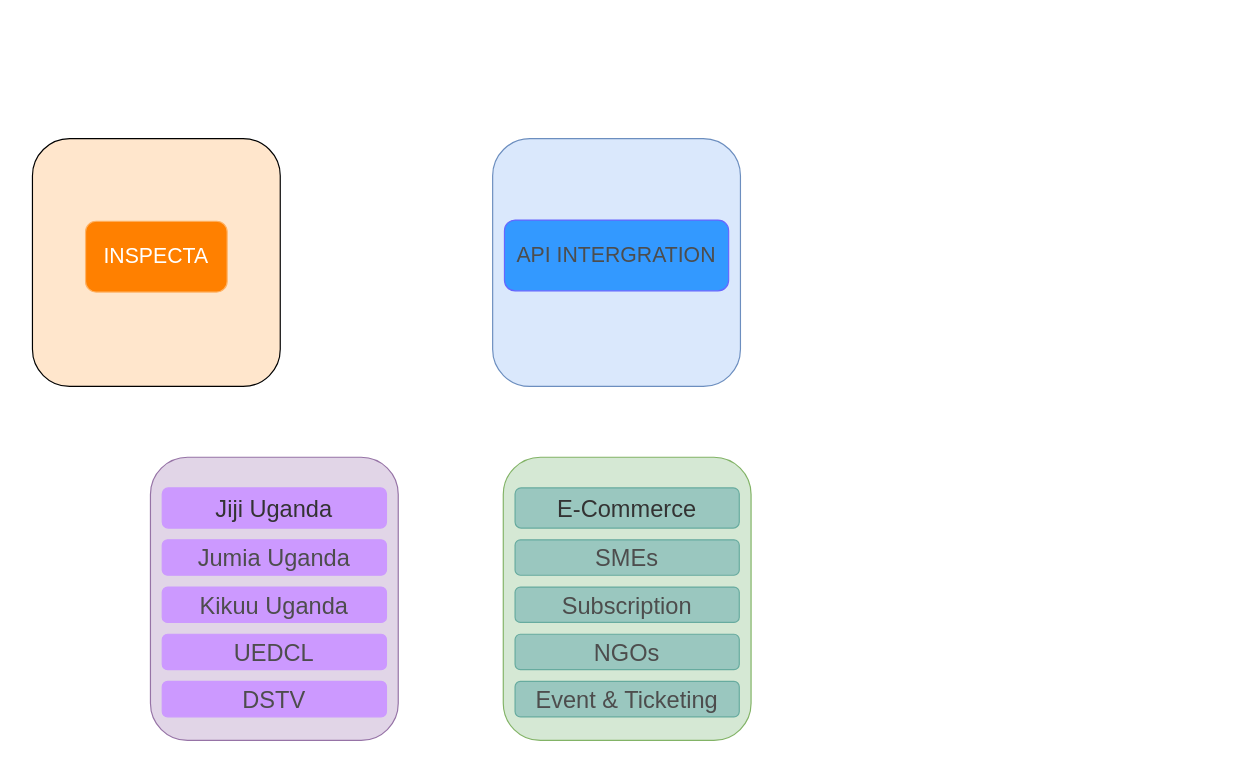
The draw.io diagram page "Inspecta ecosystem" (1 of 3) of Inspecta Diagram.drawio in dabiko/draw-io, before the edit. Source tidied: cells renumbered, new cells numbered last; positions are measured from the earlier drawing's top-left corner, leaving out a move shared by most shapes. Both pictures are drawn from the tidied source at 118%, with x=0, y=0 at pixel (32, 138).
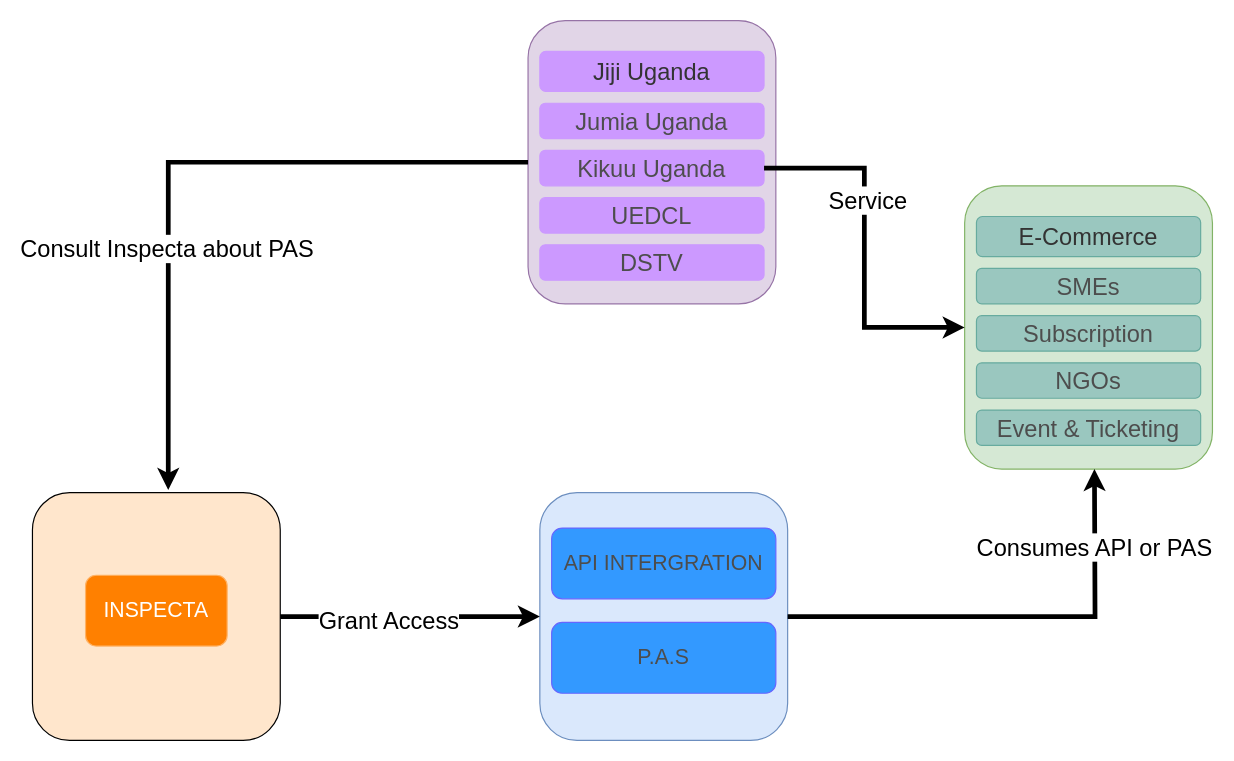
The same diagram, later.

Unchanged cells that the change refers to:
```xml
<mxCell id="3" style="rounded=1;whiteSpace=wrap;html=1;fillColor=#FFE6CC;" parent="2" vertex="1">
  <mxGeometry width="210" height="210" as="geometry" />
</mxCell>
<mxCell id="6" style="rounded=1;whiteSpace=wrap;html=1;fillColor=#dae8fc;strokeColor=#6c8ebf;" parent="5" vertex="1">
  <mxGeometry width="210" height="210" as="geometry" />
</mxCell>
<mxCell id="9" style="rounded=1;whiteSpace=wrap;html=1;fillColor=#d5e8d4;strokeColor=#82b366;" parent="8" vertex="1">
  <mxGeometry width="210" height="240" as="geometry" />
</mxCell>
<mxCell id="16" style="rounded=1;whiteSpace=wrap;html=1;fillColor=#e1d5e7;strokeColor=#9673a6;" parent="15" vertex="1">
  <mxGeometry width="210" height="240" as="geometry" />
</mxCell>
<mxCell id="19" value="&lt;font color=&quot;#4d4d4d&quot; style=&quot;font-size: 20px;&quot;&gt;Kikuu Uganda&lt;/font&gt;" style="rounded=1;whiteSpace=wrap;html=1;fillColor=#CC99FF;fontColor=#ffffff;strokeColor=#CC99FF;" parent="15" vertex="1">
  <mxGeometry x="10" y="110" width="190" height="30" as="geometry" />
</mxCell>
```

What changed in the source:
```diff
@@
     <mxCell id="2" style="group;" parent="1" vertex="1">
-      <mxGeometry width="210" height="210" as="geometry" />
+      <mxGeometry y="300" width="210" height="210" as="geometry" />
     </mxCell>
@@
     <mxCell id="5" style="group;" parent="1" vertex="1">
-      <mxGeometry x="390" width="210" height="210" as="geometry" />
+      <mxGeometry x="430" y="300" width="210" height="210" as="geometry" />
     </mxCell>
@@
-    <mxCell id="7" value="&lt;font color=&quot;#4d4d4d&quot; style=&quot;font-size: 18px;&quot;&gt;API INTERGRATION&lt;/font&gt;" style="rounded=1;whiteSpace=wrap;html=1;fillColor=#3399FF;fontColor=#ffffff;strokeColor=#6666FF;" parent="5" vertex="1">
-      <mxGeometry x="10" y="69" width="190" height="60" as="geometry" />
+    <mxCell id="7" value="&lt;font color=&quot;#4d4d4d&quot; style=&quot;font-size: 18px;&quot;&gt;P.A.S&lt;/font&gt;" style="rounded=1;whiteSpace=wrap;html=1;fillColor=#3399FF;fontColor=#ffffff;strokeColor=#6666FF;" parent="5" vertex="1">
+      <mxGeometry x="10" y="110" width="190" height="60" as="geometry" />
     </mxCell>
+    <mxCell id="22" value="&lt;font color=&quot;#4d4d4d&quot; style=&quot;font-size: 18px;&quot;&gt;API INTERGRATION&lt;/font&gt;" style="rounded=1;whiteSpace=wrap;html=1;fillColor=#3399FF;fontColor=#ffffff;strokeColor=#6666FF;" parent="5" vertex="1">
+      <mxGeometry x="10" y="30" width="190" height="60" as="geometry" />
+    </mxCell>
     <mxCell id="8" style="group;" parent="1" vertex="1">
-      <mxGeometry x="399" y="270" width="210" height="240" as="geometry" />
+      <mxGeometry x="790" y="40" width="210" height="240" as="geometry" />
     </mxCell>
@@
     <mxCell id="15" style="group;" parent="1" vertex="1">
-      <mxGeometry x="100" y="270" width="210" height="240" as="geometry" />
+      <mxGeometry x="420" y="-100" width="210" height="240" as="geometry" />
     </mxCell>
@@
+    <mxCell id="23" style="edgeStyle=orthogonalEdgeStyle;rounded=0;jettySize=auto;html=1;entryX=0;entryY=0.5;entryDx=0;entryDy=0;strokeWidth=4;flowAnimation=1;" parent="1" edge="1" source="3" target="6">
+      <mxGeometry relative="1" as="geometry" />
+    </mxCell>
+    <mxCell id="24" value="&lt;font style=&quot;font-size: 20px;&quot;&gt;Grant Access&lt;/font&gt;" style="edgeLabel;html=1;align=center;verticalAlign=middle;" parent="23" vertex="1">
+      <mxGeometry x="-0.17" y="-2" relative="1" as="geometry" />
+    </mxCell>
+    <mxCell id="25" style="edgeStyle=orthogonalEdgeStyle;rounded=0;jettySize=auto;html=1;strokeWidth=4;flowAnimation=1;" parent="1" edge="1" source="6">
+      <mxGeometry relative="1" as="geometry">
+        <mxPoint x="900" y="280" as="targetPoint" />
+      </mxGeometry>
+    </mxCell>
+    <mxCell id="26" value="&lt;font style=&quot;font-size: 20px;&quot;&gt;Consumes API or PAS&lt;/font&gt;" style="edgeLabel;html=1;align=center;verticalAlign=middle;" parent="25" vertex="1">
+      <mxGeometry x="0.66" y="1" relative="1" as="geometry" />
+    </mxCell>
+    <mxCell id="27" style="edgeStyle=orthogonalEdgeStyle;rounded=0;jettySize=auto;html=1;strokeWidth=4;entryX=0.548;entryY=-0.011;entryDx=0;entryDy=0;entryPerimeter=0;flowAnimation=1;" parent="1" edge="1" source="16" target="3">
+      <mxGeometry relative="1" as="geometry" />
+    </mxCell>
+    <mxCell id="28" value="&lt;font style=&quot;font-size: 20px;&quot;&gt;Consult Inspecta about PAS&lt;/font&gt;" style="edgeLabel;html=1;align=center;verticalAlign=middle;" parent="27" vertex="1">
+      <mxGeometry x="0.29" y="-2" relative="1" as="geometry">
+        <mxPoint y="1" as="offset" />
+      </mxGeometry>
+    </mxCell>
+    <mxCell id="29" style="edgeStyle=orthogonalEdgeStyle;rounded=0;jettySize=auto;html=1;strokeWidth=4;flowAnimation=1;" parent="1" edge="1" source="19" target="9">
+      <mxGeometry relative="1" as="geometry" />
+    </mxCell>
+    <mxCell id="30" value="&lt;font style=&quot;font-size: 20px;&quot;&gt;Service&lt;/font&gt;" style="edgeLabel;html=1;align=center;verticalAlign=middle;" parent="29" vertex="1">
+      <mxGeometry x="-0.27" y="2" relative="1" as="geometry" />
+    </mxCell>
```
